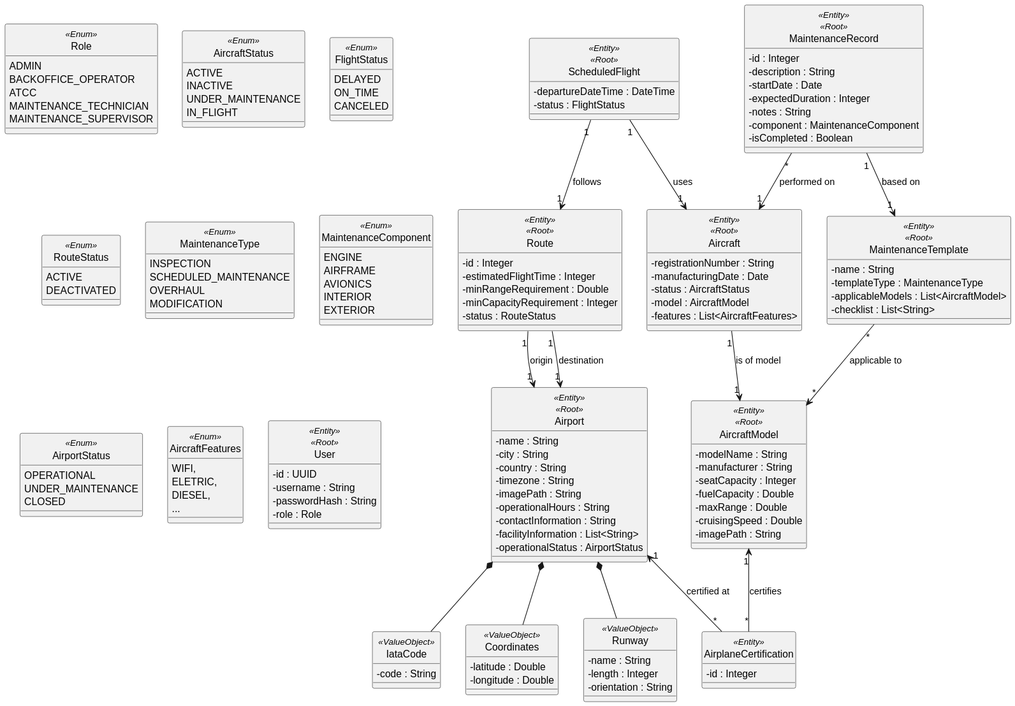
The PlantUML diagram docs/system-documentation/global-artifacts/svg/DM.svg in VascoMagolo/psoft_1231562_1241692_1242036_2db, before a commit.
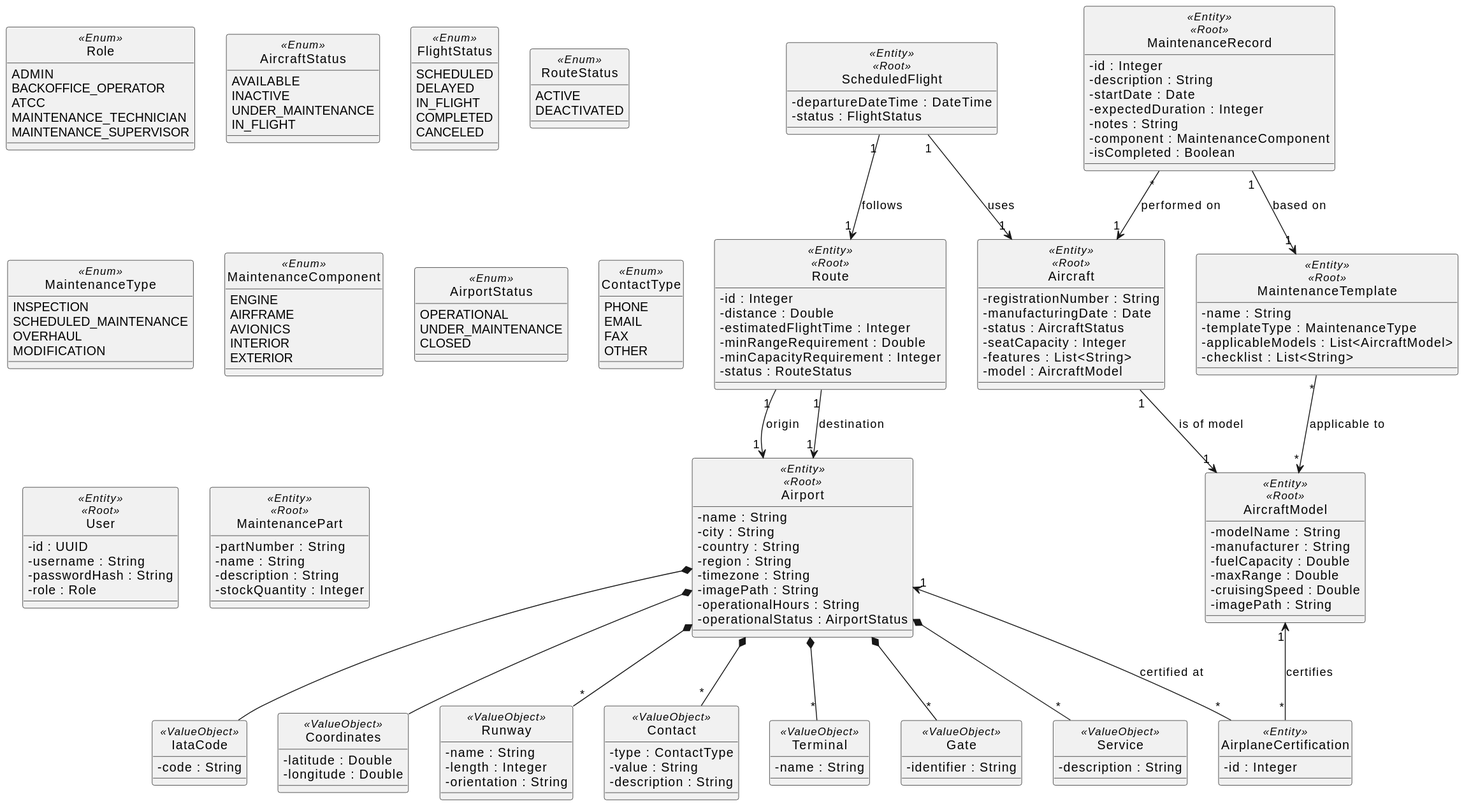
The same file after the commit.

What changed in the source:
```diff
@@ -13,15 +13,17 @@
 }
 
 enum AircraftStatus <<Enum>> {
-  ACTIVE
+  AVAILABLE
   INACTIVE
   UNDER_MAINTENANCE
   IN_FLIGHT
 }
 
 enum FlightStatus <<Enum>> {
+  SCHEDULED
   DELAYED
-  ON_TIME
+  IN_FLIGHT
+  COMPLETED
   CANCELED
 }
 
@@ -51,12 +53,13 @@
    CLOSED
 }
 
-enum AircraftFeatures <<Enum>> {
-    WIFI,
-    ELETRIC,
-    DIESEL,
-    ...
+enum ContactType <<Enum>> {
+   PHONE
+   EMAIL
+   FAX
+   OTHER
 }
+
 
 class IataCode <<ValueObject>> {
   - code : String
@@ -73,6 +76,24 @@
   - orientation : String
 }
 
+class Contact <<ValueObject>> {
+  - type : ContactType
+  - value : String
+  - description : String
+}
+
+class Terminal <<ValueObject>> {
+  - name : String
+}
+
+class Gate <<ValueObject>> {
+  - identifier : String
+}
+
+class Service <<ValueObject>> {
+  - description : String
+}
+
 
 class User <<Entity>> <<Root>> {
   - id : UUID
@@ -84,7 +105,6 @@
 class AircraftModel <<Entity>> <<Root>> {
   - modelName : String
   - manufacturer : String
-  - seatCapacity : Integer
   - fuelCapacity : Double
   - maxRange : Double
   - cruisingSpeed : Double
@@ -95,19 +115,19 @@
   - registrationNumber : String
   - manufacturingDate : Date
   - status : AircraftStatus
+  - seatCapacity : Integer
+  - features : List<String>
   - model : AircraftModel
-  - features : List<AircraftFeatures>
 }
 
 class Airport <<Entity>> <<Root>> {
   - name : String
   - city : String
   - country : String
+  - region : String
   - timezone : String
   - imagePath : String
   - operationalHours : String
-  - contactInformation : String
-  - facilityInformation : List<String>
   - operationalStatus : AirportStatus
 }
 
@@ -117,6 +137,7 @@
 
 class Route <<Entity>> <<Root>> {
   - id : Integer
+  - distance : Double
   - estimatedFlightTime : Integer
   - minRangeRequirement : Double
   - minCapacityRequirement : Integer
@@ -145,10 +166,21 @@
   - isCompleted : Boolean
 }
 
+class MaintenancePart <<Entity>> <<Root>> {
+  - partNumber : String
+  - name : String
+  - description : String
+  - stockQuantity : Integer
+}
+
 
 Airport *-- IataCode
 Airport *-- Coordinates
-Airport *-- Runway
+Airport *-- "*" Runway
+Airport *-- "*" Contact
+Airport *-- "*" Terminal
+Airport *-- "*" Gate
+Airport *-- "*" Service
 
 Aircraft "1" --> "1" AircraftModel : is of model
 AircraftModel "1" <-- "*" AirplaneCertification : certifies
```
